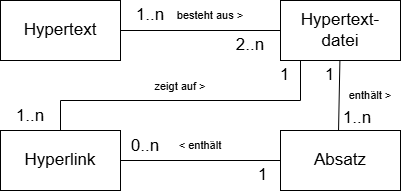
Hi2272/Hi2272.github.io keeps this draw.io diagram as 00Informatik/00Informatik7/03Klassendiagramm/Klassendiagramm.png. Above is the earlier version. Source tidied: cells renumbered, new cells last; positions are measured from the earlier drawing's top-left corner, leaving out a move shared by most shapes.
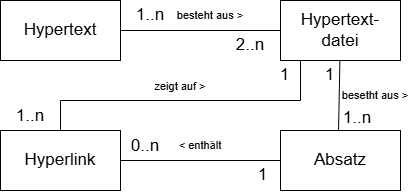
Above is the later version.

The edit, as a diff of the source:
```diff
@@ -46,8 +46,8 @@
     <mxCell id="13" value="besteht aus &amp;gt;" style="text;html=1;whiteSpace=wrap;strokeColor=none;fillColor=none;align=center;verticalAlign=middle;rounded=0;fontFamily=Helvetica;fontSize=11;fontColor=default;labelBackgroundColor=default;" parent="1" vertex="1">
       <mxGeometry x="170" width="80" height="30" as="geometry" />
     </mxCell>
-    <mxCell id="14" value="enthält &amp;gt;" style="text;html=1;whiteSpace=wrap;strokeColor=none;fillColor=none;align=center;verticalAlign=middle;rounded=0;fontFamily=Helvetica;fontSize=11;fontColor=default;labelBackgroundColor=default;" parent="1" vertex="1">
-      <mxGeometry x="340" y="80" width="60" height="30" as="geometry" />
+    <mxCell id="14" value="besetht aus &amp;gt;" style="text;html=1;whiteSpace=wrap;strokeColor=none;fillColor=none;align=center;verticalAlign=middle;rounded=0;fontFamily=Helvetica;fontSize=11;fontColor=default;labelBackgroundColor=default;" parent="1" vertex="1">
+      <mxGeometry x="340" y="80" width="70" height="30" as="geometry" />
     </mxCell>
     <mxCell id="15" value="&amp;lt; enthält" style="text;html=1;whiteSpace=wrap;strokeColor=none;fillColor=none;align=center;verticalAlign=middle;rounded=0;fontFamily=Helvetica;fontSize=11;fontColor=default;labelBackgroundColor=default;" parent="1" vertex="1">
       <mxGeometry x="170" y="130" width="60" height="30" as="geometry" />
```
